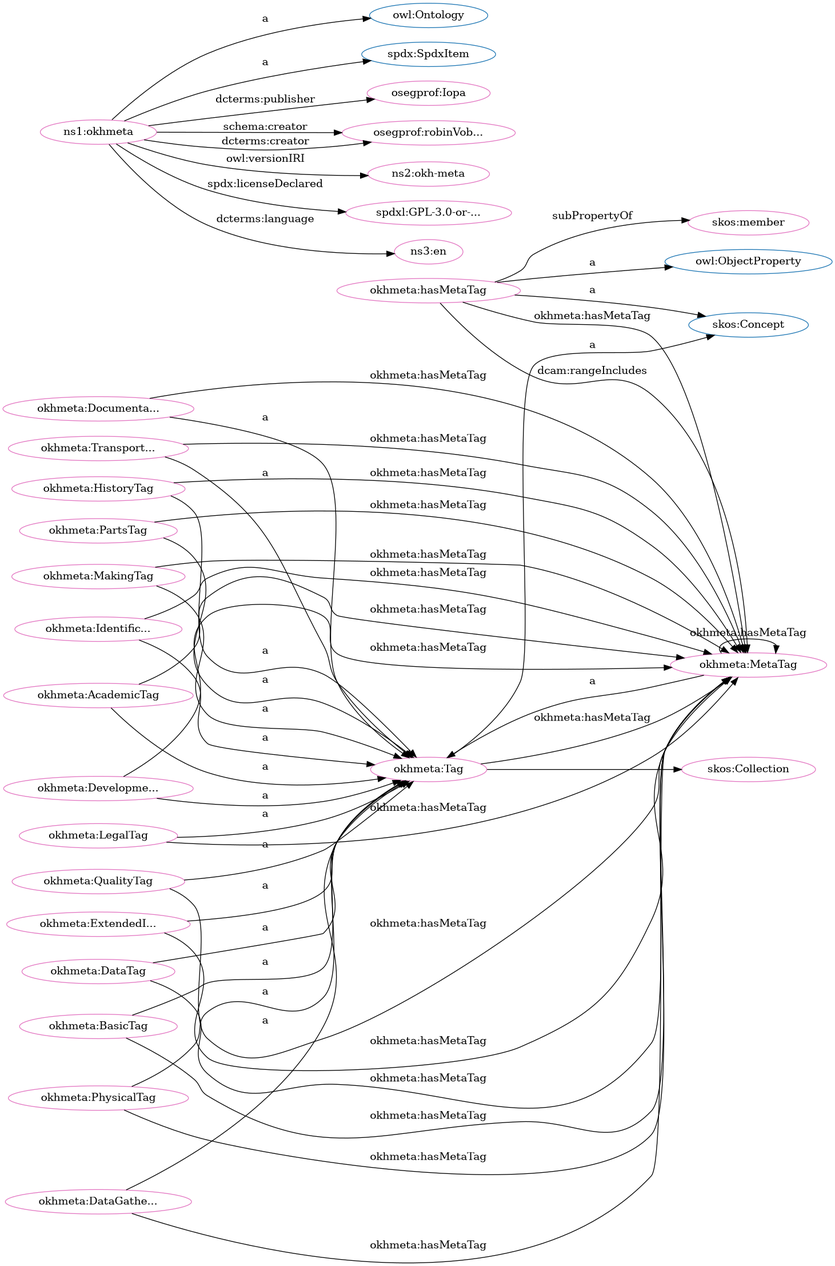
The Graphviz diagram src/spec/dot_okh-meta.png in iop-alliance/OpenKnowHow, before a commit. Its source is kept beside it as src/spec/dot_okh-meta.dot.
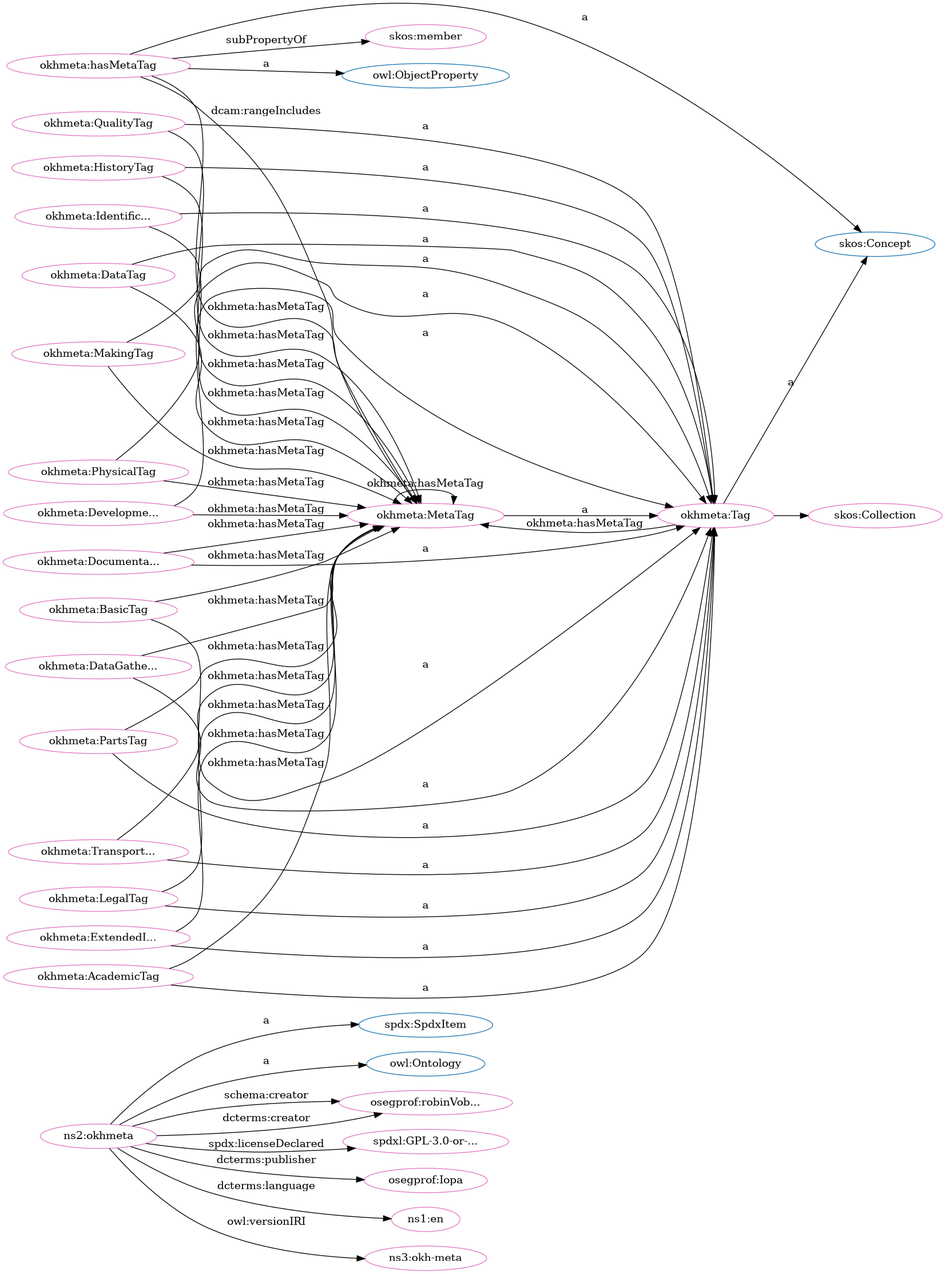
The same file after the commit.

Diff of the diagram source:
```diff
@@ -1,84 +1,84 @@
 digraph G {
   rankdir=BT
   node[height=.3]
+"http://spdx.org/rdf/terms#SpdxItem" [fillcolor="#1f77b4" color="#1f77b4" label="spdx:SpdxItem"]
+"http://www.w3.org/2002/07/owl#ObjectProperty" [fillcolor="#1f77b4" color="#1f77b4" label="owl:ObjectProperty"]
+"http://www.w3.org/2004/02/skos/core#Collection" [fillcolor="#1f77b4" color="#1f77b4" label="skos:Collection"]
+"http://www.w3.org/2002/07/owl#Ontology" [fillcolor="#1f77b4" color="#1f77b4" label="owl:Ontology"]
 "http://www.w3.org/2004/02/skos/core#Concept" [fillcolor="#1f77b4" color="#1f77b4" label="skos:Concept"]
 "http://w3id.org/oseg/ont/okhmeta#Tag" [fillcolor="#1f77b4" color="#1f77b4" label="okhmeta:Tag"]
-"http://www.w3.org/2004/02/skos/core#Collection" [fillcolor="#1f77b4" color="#1f77b4" label="skos:Collection"]
-"http://www.w3.org/2002/07/owl#Ontology" [fillcolor="#1f77b4" color="#1f77b4" label="owl:Ontology"]
-"http://spdx.org/rdf/terms#SpdxItem" [fillcolor="#1f77b4" color="#1f77b4" label="spdx:SpdxItem"]
-"http://www.w3.org/2002/07/owl#ObjectProperty" [fillcolor="#1f77b4" color="#1f77b4" label="owl:ObjectProperty"]
-"http://w3id.org/oseg/ont/okhmeta" [fillcolor="#e377c2" color="#e377c2" label="ns1:okhmeta"]
 "http://w3id.org/oseg/ont/okhmeta#MetaTag" [fillcolor="#e377c2" color="#e377c2" label="okhmeta:MetaTag"]
+"http://w3id.org/oseg/ont/okhmeta#DocumentationTag" [fillcolor="#e377c2" color="#e377c2" label="okhmeta:Documenta..."]
+"http://w3id.org/oseg/ont/oseg-profiles#robinVobruba" [fillcolor="#e377c2" color="#e377c2" label="osegprof:robinVob..."]
+"http://w3id.org/oseg/ont/okhmeta#AcademicTag" [fillcolor="#e377c2" color="#e377c2" label="okhmeta:AcademicTag"]
+"http://spdx.org/licenses/GPL-3.0-or-later" [fillcolor="#e377c2" color="#e377c2" label="spdxl:GPL-3.0-or-..."]
+"http://w3id.org/oseg/ont/okhmeta#MakingTag" [fillcolor="#e377c2" color="#e377c2" label="okhmeta:MakingTag"]
 "http://w3id.org/oseg/ont/oseg-profiles#Iopa" [fillcolor="#e377c2" color="#e377c2" label="osegprof:Iopa"]
-"http://w3id.org/oseg/ont/oseg-profiles#robinVobruba" [fillcolor="#e377c2" color="#e377c2" label="osegprof:robinVob..."]
+"http://w3id.org/oseg/ont/okhmeta#Tag" [fillcolor="#e377c2" color="#e377c2" label="okhmeta:Tag"]
+"http://w3id.org/oseg/ont/okhmeta#PartsTag" [fillcolor="#e377c2" color="#e377c2" label="okhmeta:PartsTag"]
+"http://w3id.org/oseg/ont/okhmeta#HistoryTag" [fillcolor="#e377c2" color="#e377c2" label="okhmeta:HistoryTag"]
 "http://w3id.org/oseg/ont/okhmeta#hasMetaTag" [fillcolor="#e377c2" color="#e377c2" label="okhmeta:hasMetaTag"]
+"http://w3id.org/oseg/ont/okhmeta#DataTag" [fillcolor="#e377c2" color="#e377c2" label="okhmeta:DataTag"]
+"http://id.loc.gov/vocabulary/iso639-1/en" [fillcolor="#e377c2" color="#e377c2" label="ns1:en"]
+"http://w3id.org/oseg/ont/okhmeta#DevelopmentTag" [fillcolor="#e377c2" color="#e377c2" label="okhmeta:Developme..."]
+"http://w3id.org/oseg/ont/okhmeta" [fillcolor="#e377c2" color="#e377c2" label="ns2:okhmeta"]
+"http://w3id.org/oseg/ont/okhmeta#IdentificationTag" [fillcolor="#e377c2" color="#e377c2" label="okhmeta:Identific..."]
 "http://w3id.org/oseg/ont/okhmeta#ExtendedInfoTag" [fillcolor="#e377c2" color="#e377c2" label="okhmeta:ExtendedI..."]
-"http://w3id.org/oseg/ont/okhmeta#HistoryTag" [fillcolor="#e377c2" color="#e377c2" label="okhmeta:HistoryTag"]
-"http://w3id.org/oseg/ont/okhmeta#DocumentationTag" [fillcolor="#e377c2" color="#e377c2" label="okhmeta:Documenta..."]
+"http://w3id.org/oseg/ont/okhmeta#BasicTag" [fillcolor="#e377c2" color="#e377c2" label="okhmeta:BasicTag"]
 "http://w3id.org/oseg/ont/okhmeta#QualityTag" [fillcolor="#e377c2" color="#e377c2" label="okhmeta:QualityTag"]
-"http://w3id.org/oseg/ont/okhmeta#IdentificationTag" [fillcolor="#e377c2" color="#e377c2" label="okhmeta:Identific..."]
+"http://w3id.org/oseg/ont/okhmeta#DataGatheringTag" [fillcolor="#e377c2" color="#e377c2" label="okhmeta:DataGathe..."]
+"http://www.w3.org/2004/02/skos/core#Collection" [fillcolor="#e377c2" color="#e377c2" label="skos:Collection"]
 "http://w3id.org/oseg/ont/okhmeta#TransportationTag" [fillcolor="#e377c2" color="#e377c2" label="okhmeta:Transport..."]
-"http://www.w3.org/2004/02/skos/core#Collection" [fillcolor="#e377c2" color="#e377c2" label="skos:Collection"]
+"http://w3id.org/oseg/ont/okhmeta#LegalTag" [fillcolor="#e377c2" color="#e377c2" label="okhmeta:LegalTag"]
+"http://www.w3.org/2004/02/skos/core#member" [fillcolor="#e377c2" color="#e377c2" label="skos:member"]
 "http://w3id.org/oseg/ont/okhmeta#PhysicalTag" [fillcolor="#e377c2" color="#e377c2" label="okhmeta:PhysicalTag"]
-"http://w3id.org/oseg/ont/okhmeta#LegalTag" [fillcolor="#e377c2" color="#e377c2" label="okhmeta:LegalTag"]
-"http://w3id.org/oseg/ont/okhmeta#DataGatheringTag" [fillcolor="#e377c2" color="#e377c2" label="okhmeta:DataGathe..."]
-"http://w3id.org/oseg/ont/1.1.0/okh-meta" [fillcolor="#e377c2" color="#e377c2" label="ns2:okh-meta"]
-"http://w3id.org/oseg/ont/okhmeta#AcademicTag" [fillcolor="#e377c2" color="#e377c2" label="okhmeta:AcademicTag"]
-"http://w3id.org/oseg/ont/okhmeta#Tag" [fillcolor="#e377c2" color="#e377c2" label="okhmeta:Tag"]
-"http://www.w3.org/2004/02/skos/core#member" [fillcolor="#e377c2" color="#e377c2" label="skos:member"]
-"http://spdx.org/licenses/GPL-3.0-or-later" [fillcolor="#e377c2" color="#e377c2" label="spdxl:GPL-3.0-or-..."]
-"http://id.loc.gov/vocabulary/iso639-1/en" [fillcolor="#e377c2" color="#e377c2" label="ns3:en"]
-"http://w3id.org/oseg/ont/okhmeta#BasicTag" [fillcolor="#e377c2" color="#e377c2" label="okhmeta:BasicTag"]
-"http://w3id.org/oseg/ont/okhmeta#DevelopmentTag" [fillcolor="#e377c2" color="#e377c2" label="okhmeta:Developme..."]
-"http://w3id.org/oseg/ont/okhmeta#MakingTag" [fillcolor="#e377c2" color="#e377c2" label="okhmeta:MakingTag"]
-"http://w3id.org/oseg/ont/okhmeta#DataTag" [fillcolor="#e377c2" color="#e377c2" label="okhmeta:DataTag"]
-"http://w3id.org/oseg/ont/okhmeta#PartsTag" [fillcolor="#e377c2" color="#e377c2" label="okhmeta:PartsTag"]
+"http://w3id.org/oseg/ont/1.1.0/okh-meta" [fillcolor="#e377c2" color="#e377c2" label="ns3:okh-meta"]
+  "http://w3id.org/oseg/ont/okhmeta#BasicTag" -> "http://w3id.org/oseg/ont/okhmeta#MetaTag" [label="okhmeta:hasMetaTag"]
+  "http://w3id.org/oseg/ont/okhmeta#QualityTag" -> "http://w3id.org/oseg/ont/okhmeta#MetaTag" [label="okhmeta:hasMetaTag"]
+  "http://w3id.org/oseg/ont/okhmeta#AcademicTag" -> "http://w3id.org/oseg/ont/okhmeta#MetaTag" [label="okhmeta:hasMetaTag"]
+  "http://w3id.org/oseg/ont/okhmeta#LegalTag" -> "http://w3id.org/oseg/ont/okhmeta#MetaTag" [label="okhmeta:hasMetaTag"]
+  "http://w3id.org/oseg/ont/okhmeta#MetaTag" -> "http://w3id.org/oseg/ont/okhmeta#MetaTag" [label="okhmeta:hasMetaTag"]
+  "http://w3id.org/oseg/ont/okhmeta#PhysicalTag" -> "http://w3id.org/oseg/ont/okhmeta#MetaTag" [label="okhmeta:hasMetaTag"]
+  "http://w3id.org/oseg/ont/okhmeta#HistoryTag" -> "http://w3id.org/oseg/ont/okhmeta#MetaTag" [label="okhmeta:hasMetaTag"]
+  "http://w3id.org/oseg/ont/okhmeta#DocumentationTag" -> "http://w3id.org/oseg/ont/okhmeta#Tag" [label="a"]
+  "http://w3id.org/oseg/ont/okhmeta#DevelopmentTag" -> "http://w3id.org/oseg/ont/okhmeta#MetaTag" [label="okhmeta:hasMetaTag"]
+  "http://w3id.org/oseg/ont/okhmeta#MakingTag" -> "http://w3id.org/oseg/ont/okhmeta#Tag" [label="a"]
   "http://w3id.org/oseg/ont/okhmeta#Tag" -> "http://w3id.org/oseg/ont/okhmeta#MetaTag" [label="okhmeta:hasMetaTag"]
+  "http://w3id.org/oseg/ont/okhmeta#Tag" -> "http://www.w3.org/2004/02/skos/core#Concept" [label="a"]
+  "http://w3id.org/oseg/ont/okhmeta#PartsTag" -> "http://w3id.org/oseg/ont/okhmeta#Tag" [label="a"]
+  "http://w3id.org/oseg/ont/okhmeta#hasMetaTag" -> "http://www.w3.org/2002/07/owl#ObjectProperty" [label="a"]
+  "http://w3id.org/oseg/ont/okhmeta" -> "http://id.loc.gov/vocabulary/iso639-1/en" [label="dcterms:language"]
+  "http://w3id.org/oseg/ont/okhmeta" -> "http://spdx.org/rdf/terms#SpdxItem" [label="a"]
+  "http://w3id.org/oseg/ont/okhmeta#IdentificationTag" -> "http://w3id.org/oseg/ont/okhmeta#Tag" [label="a"]
+  "http://w3id.org/oseg/ont/okhmeta#ExtendedInfoTag" -> "http://w3id.org/oseg/ont/okhmeta#Tag" [label="a"]
+  "http://w3id.org/oseg/ont/okhmeta#PartsTag" -> "http://w3id.org/oseg/ont/okhmeta#MetaTag" [label="okhmeta:hasMetaTag"]
+  "http://w3id.org/oseg/ont/okhmeta#BasicTag" -> "http://w3id.org/oseg/ont/okhmeta#Tag" [label="a"]
+  "http://w3id.org/oseg/ont/okhmeta#MetaTag" -> "http://w3id.org/oseg/ont/okhmeta#Tag" [label="a"]
+  "http://w3id.org/oseg/ont/okhmeta#QualityTag" -> "http://w3id.org/oseg/ont/okhmeta#Tag" [label="a"]
+  "http://w3id.org/oseg/ont/okhmeta#DataGatheringTag" -> "http://w3id.org/oseg/ont/okhmeta#Tag" [label="a"]
+  "http://w3id.org/oseg/ont/okhmeta#hasMetaTag" -> "http://www.w3.org/2004/02/skos/core#member" [label="subPropertyOf"]
+  "http://w3id.org/oseg/ont/okhmeta#PhysicalTag" -> "http://w3id.org/oseg/ont/okhmeta#Tag" [label="a"]
+  "http://w3id.org/oseg/ont/okhmeta#IdentificationTag" -> "http://w3id.org/oseg/ont/okhmeta#MetaTag" [label="okhmeta:hasMetaTag"]
+  "http://w3id.org/oseg/ont/okhmeta#hasMetaTag" -> "http://w3id.org/oseg/ont/okhmeta#MetaTag" [label="dcam:rangeIncludes"]
+  "http://w3id.org/oseg/ont/okhmeta#DataGatheringTag" -> "http://w3id.org/oseg/ont/okhmeta#MetaTag" [label="okhmeta:hasMetaTag"]
+  "http://w3id.org/oseg/ont/okhmeta#MakingTag" -> "http://w3id.org/oseg/ont/okhmeta#MetaTag" [label="okhmeta:hasMetaTag"]
+  "http://w3id.org/oseg/ont/okhmeta#TransportationTag" -> "http://w3id.org/oseg/ont/okhmeta#MetaTag" [label="okhmeta:hasMetaTag"]
   "http://w3id.org/oseg/ont/okhmeta" -> "http://w3id.org/oseg/ont/oseg-profiles#robinVobruba" [label="schema:creator"]
+  "http://w3id.org/oseg/ont/okhmeta#AcademicTag" -> "http://w3id.org/oseg/ont/okhmeta#Tag" [label="a"]
+  "http://w3id.org/oseg/ont/okhmeta" -> "http://spdx.org/licenses/GPL-3.0-or-later" [label="spdx:licenseDeclared"]
+  "http://w3id.org/oseg/ont/okhmeta" -> "http://w3id.org/oseg/ont/oseg-profiles#Iopa" [label="dcterms:publisher"]
+  "http://w3id.org/oseg/ont/okhmeta" -> "http://w3id.org/oseg/ont/oseg-profiles#robinVobruba" [label="dcterms:creator"]
+  "http://w3id.org/oseg/ont/okhmeta#DocumentationTag" -> "http://w3id.org/oseg/ont/okhmeta#MetaTag" [label="okhmeta:hasMetaTag"]
   "http://w3id.org/oseg/ont/okhmeta#HistoryTag" -> "http://w3id.org/oseg/ont/okhmeta#Tag" [label="a"]
-  "http://w3id.org/oseg/ont/okhmeta#MetaTag" -> "http://w3id.org/oseg/ont/okhmeta#MetaTag" [label="okhmeta:hasMetaTag"]
-  "http://w3id.org/oseg/ont/okhmeta#hasMetaTag" -> "http://www.w3.org/2004/02/skos/core#Concept" [label="a"]
-  "http://w3id.org/oseg/ont/okhmeta#QualityTag" -> "http://w3id.org/oseg/ont/okhmeta#Tag" [label="a"]
-  "http://w3id.org/oseg/ont/okhmeta#hasMetaTag" -> "http://w3id.org/oseg/ont/okhmeta#MetaTag" [label="dcam:rangeIncludes"]
+  "http://w3id.org/oseg/ont/okhmeta#DataTag" -> "http://w3id.org/oseg/ont/okhmeta#Tag" [label="a"]
+  "http://w3id.org/oseg/ont/okhmeta#DevelopmentTag" -> "http://w3id.org/oseg/ont/okhmeta#Tag" [label="a"]
+  "http://w3id.org/oseg/ont/okhmeta" -> "http://www.w3.org/2002/07/owl#Ontology" [label="a"]
+  "http://w3id.org/oseg/ont/okhmeta#DataTag" -> "http://w3id.org/oseg/ont/okhmeta#MetaTag" [label="okhmeta:hasMetaTag"]
   "http://w3id.org/oseg/ont/okhmeta#Tag" -> "http://www.w3.org/2004/02/skos/core#Collection" [label=""]
+  "http://w3id.org/oseg/ont/okhmeta#TransportationTag" -> "http://w3id.org/oseg/ont/okhmeta#Tag" [label="a"]
   "http://w3id.org/oseg/ont/okhmeta#LegalTag" -> "http://w3id.org/oseg/ont/okhmeta#Tag" [label="a"]
   "http://w3id.org/oseg/ont/okhmeta" -> "http://w3id.org/oseg/ont/1.1.0/okh-meta" [label="owl:versionIRI"]
-  "http://w3id.org/oseg/ont/okhmeta#DevelopmentTag" -> "http://w3id.org/oseg/ont/okhmeta#MetaTag" [label="okhmeta:hasMetaTag"]
-  "http://w3id.org/oseg/ont/okhmeta#AcademicTag" -> "http://w3id.org/oseg/ont/okhmeta#Tag" [label="a"]
-  "http://w3id.org/oseg/ont/okhmeta#Tag" -> "http://www.w3.org/2004/02/skos/core#Concept" [label="a"]
-  "http://w3id.org/oseg/ont/okhmeta#MetaTag" -> "http://w3id.org/oseg/ont/okhmeta#Tag" [label="a"]
-  "http://w3id.org/oseg/ont/okhmeta#DataGatheringTag" -> "http://w3id.org/oseg/ont/okhmeta#MetaTag" [label="okhmeta:hasMetaTag"]
-  "http://w3id.org/oseg/ont/okhmeta" -> "http://spdx.org/licenses/GPL-3.0-or-later" [label="spdx:licenseDeclared"]
+  "http://w3id.org/oseg/ont/okhmeta#hasMetaTag" -> "http://w3id.org/oseg/ont/okhmeta#MetaTag" [label="okhmeta:hasMetaTag"]
+  "http://w3id.org/oseg/ont/okhmeta#hasMetaTag" -> "http://www.w3.org/2004/02/skos/core#Concept" [label="a"]
   "http://w3id.org/oseg/ont/okhmeta#ExtendedInfoTag" -> "http://w3id.org/oseg/ont/okhmeta#MetaTag" [label="okhmeta:hasMetaTag"]
-  "http://w3id.org/oseg/ont/okhmeta#DocumentationTag" -> "http://w3id.org/oseg/ont/okhmeta#MetaTag" [label="okhmeta:hasMetaTag"]
-  "http://w3id.org/oseg/ont/okhmeta" -> "http://w3id.org/oseg/ont/oseg-profiles#robinVobruba" [label="dcterms:creator"]
-  "http://w3id.org/oseg/ont/okhmeta#IdentificationTag" -> "http://w3id.org/oseg/ont/okhmeta#MetaTag" [label="okhmeta:hasMetaTag"]
-  "http://w3id.org/oseg/ont/okhmeta" -> "http://www.w3.org/2002/07/owl#Ontology" [label="a"]
-  "http://w3id.org/oseg/ont/okhmeta#PhysicalTag" -> "http://w3id.org/oseg/ont/okhmeta#MetaTag" [label="okhmeta:hasMetaTag"]
-  "http://w3id.org/oseg/ont/okhmeta" -> "http://w3id.org/oseg/ont/oseg-profiles#Iopa" [label="dcterms:publisher"]
-  "http://w3id.org/oseg/ont/okhmeta#LegalTag" -> "http://w3id.org/oseg/ont/okhmeta#MetaTag" [label="okhmeta:hasMetaTag"]
-  "http://w3id.org/oseg/ont/okhmeta#hasMetaTag" -> "http://www.w3.org/2002/07/owl#ObjectProperty" [label="a"]
-  "http://w3id.org/oseg/ont/okhmeta#ExtendedInfoTag" -> "http://w3id.org/oseg/ont/okhmeta#Tag" [label="a"]
-  "http://w3id.org/oseg/ont/okhmeta#AcademicTag" -> "http://w3id.org/oseg/ont/okhmeta#MetaTag" [label="okhmeta:hasMetaTag"]
-  "http://w3id.org/oseg/ont/okhmeta#DocumentationTag" -> "http://w3id.org/oseg/ont/okhmeta#Tag" [label="a"]
-  "http://w3id.org/oseg/ont/okhmeta#IdentificationTag" -> "http://w3id.org/oseg/ont/okhmeta#Tag" [label="a"]
-  "http://w3id.org/oseg/ont/okhmeta#TransportationTag" -> "http://w3id.org/oseg/ont/okhmeta#Tag" [label="a"]
-  "http://w3id.org/oseg/ont/okhmeta#BasicTag" -> "http://w3id.org/oseg/ont/okhmeta#MetaTag" [label="okhmeta:hasMetaTag"]
-  "http://w3id.org/oseg/ont/okhmeta#MakingTag" -> "http://w3id.org/oseg/ont/okhmeta#MetaTag" [label="okhmeta:hasMetaTag"]
-  "http://w3id.org/oseg/ont/okhmeta#PhysicalTag" -> "http://w3id.org/oseg/ont/okhmeta#Tag" [label="a"]
-  "http://w3id.org/oseg/ont/okhmeta#DataGatheringTag" -> "http://w3id.org/oseg/ont/okhmeta#Tag" [label="a"]
-  "http://w3id.org/oseg/ont/okhmeta#PartsTag" -> "http://w3id.org/oseg/ont/okhmeta#MetaTag" [label="okhmeta:hasMetaTag"]
-  "http://w3id.org/oseg/ont/okhmeta#DataTag" -> "http://w3id.org/oseg/ont/okhmeta#MetaTag" [label="okhmeta:hasMetaTag"]
-  "http://w3id.org/oseg/ont/okhmeta#hasMetaTag" -> "http://www.w3.org/2004/02/skos/core#member" [label="subPropertyOf"]
-  "http://w3id.org/oseg/ont/okhmeta#TransportationTag" -> "http://w3id.org/oseg/ont/okhmeta#MetaTag" [label="okhmeta:hasMetaTag"]
-  "http://w3id.org/oseg/ont/okhmeta" -> "http://spdx.org/rdf/terms#SpdxItem" [label="a"]
-  "http://w3id.org/oseg/ont/okhmeta" -> "http://id.loc.gov/vocabulary/iso639-1/en" [label="dcterms:language"]
-  "http://w3id.org/oseg/ont/okhmeta#BasicTag" -> "http://w3id.org/oseg/ont/okhmeta#Tag" [label="a"]
-  "http://w3id.org/oseg/ont/okhmeta#hasMetaTag" -> "http://w3id.org/oseg/ont/okhmeta#MetaTag" [label="okhmeta:hasMetaTag"]
-  "http://w3id.org/oseg/ont/okhmeta#DevelopmentTag" -> "http://w3id.org/oseg/ont/okhmeta#Tag" [label="a"]
-  "http://w3id.org/oseg/ont/okhmeta#MakingTag" -> "http://w3id.org/oseg/ont/okhmeta#Tag" [label="a"]
-  "http://w3id.org/oseg/ont/okhmeta#HistoryTag" -> "http://w3id.org/oseg/ont/okhmeta#MetaTag" [label="okhmeta:hasMetaTag"]
-  "http://w3id.org/oseg/ont/okhmeta#DataTag" -> "http://w3id.org/oseg/ont/okhmeta#Tag" [label="a"]
-  "http://w3id.org/oseg/ont/okhmeta#QualityTag" -> "http://w3id.org/oseg/ont/okhmeta#MetaTag" [label="okhmeta:hasMetaTag"]
-  "http://w3id.org/oseg/ont/okhmeta#PartsTag" -> "http://w3id.org/oseg/ont/okhmeta#Tag" [label="a"]
 }
```
